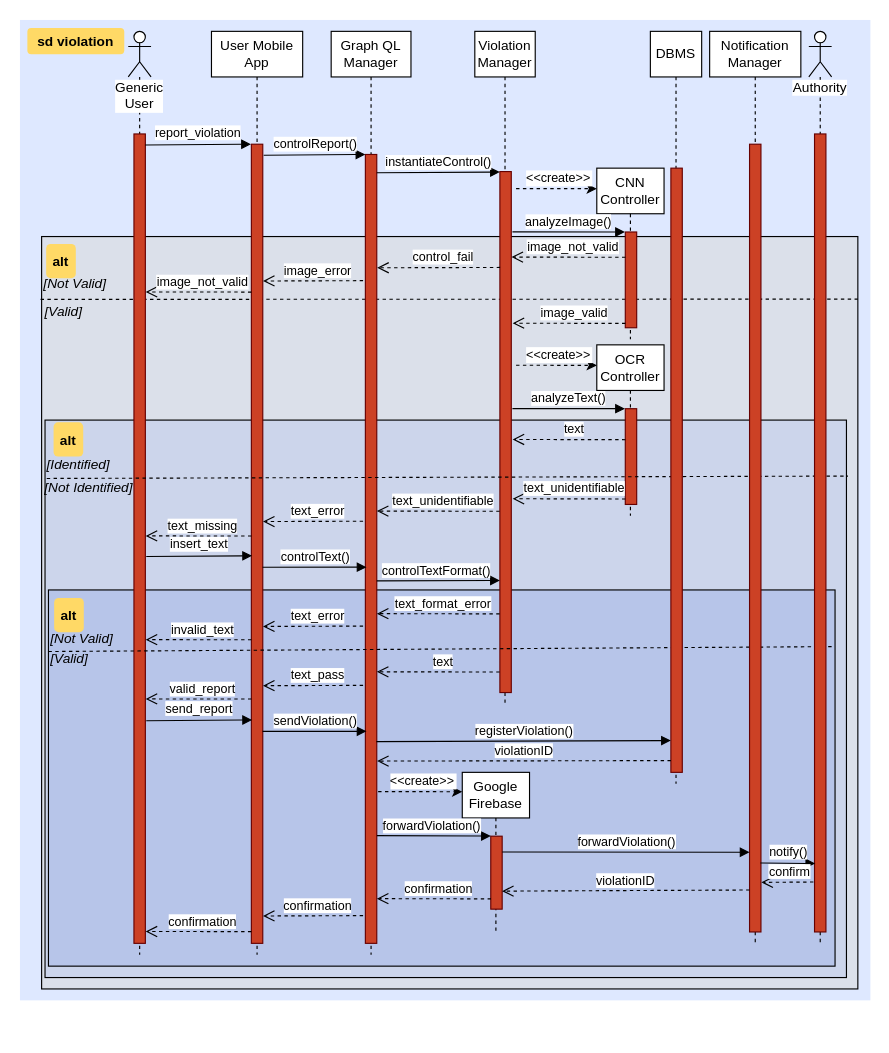
Above: page "Violations" (5 of 7) of DD/sequence diagrams.drawio in comidan/SafeStreets (draw.io), before the change. Source tidied: cells renumbered, new cells numbered last; positions are measured from the earlier drawing's top-left corner, leaving out a move shared by most shapes. Both pictures are drawn from the tidied source at 114%, with x=0, y=0 at pixel (19, 19).
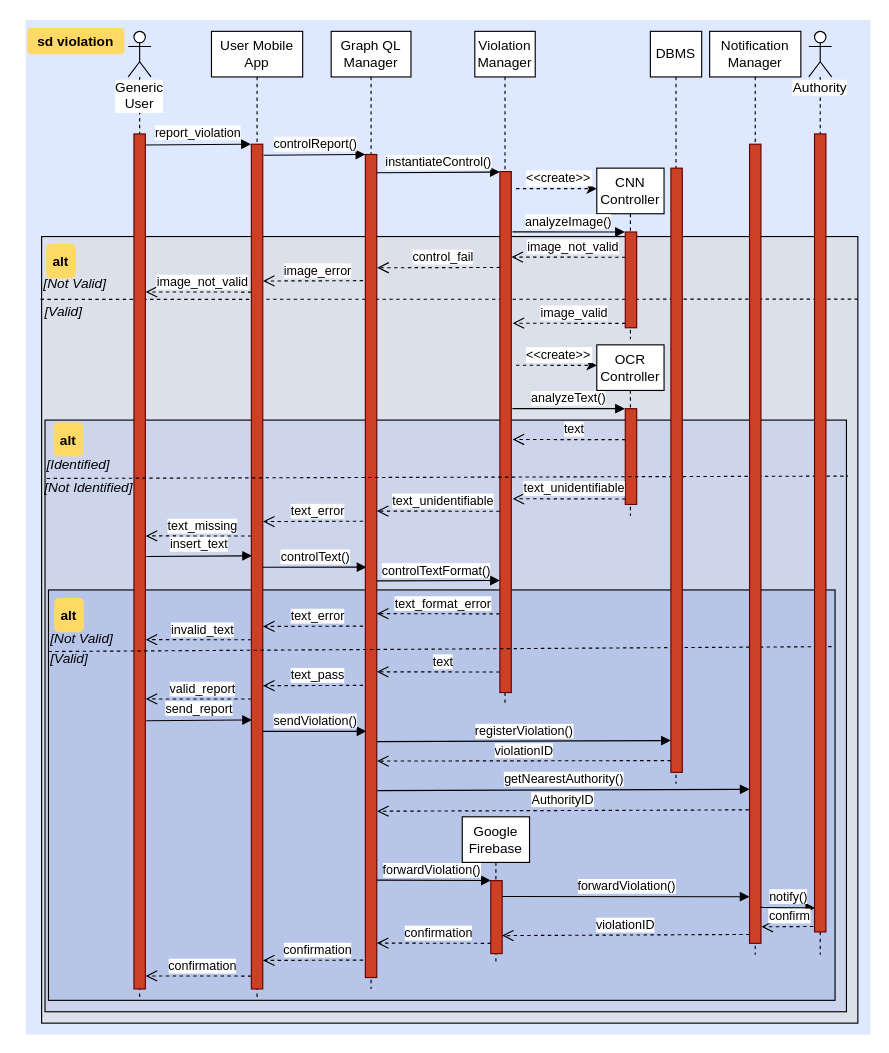
Above is the later version.

Unchanged cells that the change refers to:
```xml
<mxCell id="64" style="fillColor=#CC4125;strokeColor=#660000;" parent="63" vertex="1">
  <mxGeometry x="25" y="56" width="10" height="64" as="geometry" />
</mxCell>
```

Diff of the diagram source:
```diff
@@
     <mxCell id="2" style="fillColor=#DEE8FF;strokeColor=none;" parent="1" vertex="1">
-      <mxGeometry width="746" height="860" as="geometry" />
+      <mxGeometry x="5" width="741" height="890" as="geometry" />
     </mxCell>
@@
     <mxCell id="4" style="fillColor=#DBE0EA;rotation=0;" parent="1" vertex="1">
-      <mxGeometry x="19" y="190" width="716" height="660" as="geometry" />
+      <mxGeometry x="19" y="190" width="716" height="690" as="geometry" />
     </mxCell>
     <mxCell id="5" style="fillColor=#CCD5EB;" parent="1" vertex="1">
-      <mxGeometry x="22" y="351" width="703" height="489" as="geometry" />
+      <mxGeometry x="22" y="351" width="703" height="519" as="geometry" />
     </mxCell>
     <mxCell id="6" style="fillColor=#B7C5E9;" parent="1" vertex="1">
-      <mxGeometry x="25" y="500" width="690" height="330" as="geometry" />
+      <mxGeometry x="25" y="500" width="690" height="360" as="geometry" />
     </mxCell>
@@
     <mxCell id="8" value="Generic User" style="shape=umlLifeline;participant=umlActor;perimeter=lifelinePerimeter;whiteSpace=wrap;html=1;verticalAlign=top;spacingTop=36;labelBackgroundColor=#ffffff;" parent="1" vertex="1">
-      <mxGeometry x="95" y="10" width="20" height="810" as="geometry" />
+      <mxGeometry x="95" y="10" width="20" height="850" as="geometry" />
     </mxCell>
     <mxCell id="9" style="fillColor=#CC4125;strokeColor=#660000;" parent="8" vertex="1">
-      <mxGeometry x="5" y="90" width="10" height="710" as="geometry" />
+      <mxGeometry x="5" y="90" width="10" height="750" as="geometry" />
     </mxCell>
@@
     <mxCell id="11" value="User Mobile App" style="shape=umlLifeline;perimeter=lifelinePerimeter;whiteSpace=wrap;html=1;" parent="1" vertex="1">
-      <mxGeometry x="168" y="10" width="80" height="810" as="geometry" />
+      <mxGeometry x="168" y="10" width="80" height="850" as="geometry" />
     </mxCell>
     <mxCell id="12" style="fillColor=#CC4125;strokeColor=#660000;" parent="11" vertex="1">
-      <mxGeometry x="35" y="99" width="10" height="701" as="geometry" />
+      <mxGeometry x="35" y="99" width="10" height="741" as="geometry" />
     </mxCell>
     <mxCell id="13" value="Graph QL Manager" style="shape=umlLifeline;perimeter=lifelinePerimeter;whiteSpace=wrap;html=1;" parent="1" vertex="1">
-      <mxGeometry x="273" y="10" width="70" height="810" as="geometry" />
+      <mxGeometry x="273" y="10" width="70" height="840" as="geometry" />
     </mxCell>
     <mxCell id="14" style="fillColor=#CC4125;strokeColor=#660000;" parent="13" vertex="1">
-      <mxGeometry x="30" y="108" width="10" height="692" as="geometry" />
+      <mxGeometry x="30" y="108" width="10" height="722" as="geometry" />
     </mxCell>
@@
     <mxCell id="63" value="Google Firebase" style="shape=umlLifeline;perimeter=lifelinePerimeter;whiteSpace=wrap;html=1;" parent="1" vertex="1">
-      <mxGeometry x="388" y="660" width="59" height="140" as="geometry" />
+      <mxGeometry x="388" y="699" width="59" height="130" as="geometry" />
     </mxCell>
@@
-    <mxCell id="65" value="&lt;&lt;create&gt;&gt;" style="edgeStyle=none;verticalLabelPosition=top;verticalAlign=bottom;dashed=1;exitX=1.018;exitY=0.024;exitDx=0;exitDy=0;exitPerimeter=0;" parent="1" edge="1">
-      <mxGeometry x="-234" y="448" as="geometry">
-        <mxPoint x="314.2" y="676.9" as="sourcePoint" />
-        <mxPoint x="388" y="677" as="targetPoint" />
-        <mxPoint x="2" as="offset" />
-      </mxGeometry>
-    </mxCell>
     <mxCell id="66" value="forwardViolation()" style="html=1;verticalAlign=bottom;endArrow=block;entryX=0.01;entryY=-0.001;entryDx=0;entryDy=0;entryPerimeter=0;exitX=1.01;exitY=0.745;exitDx=0;exitDy=0;exitPerimeter=0;" parent="1" edge="1">
       <mxGeometry x="-0.05" relative="1" as="geometry">
-        <mxPoint x="313.1" y="715.5" as="sourcePoint" />
-        <mxPoint x="413.1" y="715.9" as="targetPoint" />
+        <mxPoint x="313.1" y="754.5" as="sourcePoint" />
+        <mxPoint x="413.1" y="754.9" as="targetPoint" />
       </mxGeometry>
     </mxCell>
     <mxCell id="67" value="Authority" style="shape=umlLifeline;participant=umlActor;perimeter=lifelinePerimeter;whiteSpace=wrap;html=1;verticalAlign=top;spacingTop=36;labelBackgroundColor=#ffffff;" parent="1" vertex="1">
-      <mxGeometry x="692" y="10" width="20" height="800" as="geometry" />
+      <mxGeometry x="692" y="10" width="20" height="810" as="geometry" />
     </mxCell>
@@
     <mxCell id="69" value="Notification Manager" style="shape=umlLifeline;perimeter=lifelinePerimeter;whiteSpace=wrap;html=1;" parent="1" vertex="1">
-      <mxGeometry x="605" y="10" width="80" height="800" as="geometry" />
+      <mxGeometry x="605" y="10" width="80" height="810" as="geometry" />
     </mxCell>
     <mxCell id="70" style="fillColor=#CC4125;strokeColor=#660000;" parent="69" vertex="1">
-      <mxGeometry x="35" y="99" width="10" height="691" as="geometry" />
+      <mxGeometry x="35" y="99" width="10" height="701" as="geometry" />
     </mxCell>
     <mxCell id="71" value="forwardViolation()" style="html=1;verticalAlign=bottom;endArrow=block;entryX=-0.005;entryY=0.797;entryDx=0;entryDy=0;entryPerimeter=0;exitX=1;exitY=0.166;exitDx=0;exitDy=0;exitPerimeter=0;" parent="1" edge="1">
       <mxGeometry relative="1" as="geometry">
-        <mxPoint x="423" y="729.9" as="sourcePoint" />
-        <mxPoint x="640" y="730.1" as="targetPoint" />
+        <mxPoint x="423" y="768.9" as="sourcePoint" />
+        <mxPoint x="640" y="769.1" as="targetPoint" />
       </mxGeometry>
     </mxCell>
     <mxCell id="72" value="notify()" style="html=1;verticalAlign=bottom;endArrow=block;entryX=-0.037;entryY=0;entryDx=0;entryDy=0;entryPerimeter=0;exitX=0.949;exitY=0.768;exitDx=0;exitDy=0;exitPerimeter=0;" parent="1" edge="1">
       <mxGeometry y="1" relative="1" as="geometry">
-        <mxPoint x="649.5" y="739.5" as="sourcePoint" />
-        <mxPoint x="697.6" y="740" as="targetPoint" />
+        <mxPoint x="649.5" y="778.5" as="sourcePoint" />
+        <mxPoint x="697.6" y="779" as="targetPoint" />
       </mxGeometry>
     </mxCell>
     <mxCell id="73" value="confirm" style="html=1;verticalAlign=bottom;endArrow=open;dashed=1;endSize=8;entryX=1.037;entryY=0.785;entryDx=0;entryDy=0;entryPerimeter=0;exitX=-0.199;exitY=0.138;exitDx=0;exitDy=0;exitPerimeter=0;" parent="1" edge="1">
       <mxGeometry x="-0.08" relative="1" as="geometry">
-        <mxPoint x="696" y="756.2" as="sourcePoint" />
-        <mxPoint x="650.4" y="756.5" as="targetPoint" />
+        <mxPoint x="696" y="795.2" as="sourcePoint" />
+        <mxPoint x="650.4" y="795.5" as="targetPoint" />
       </mxGeometry>
     </mxCell>
     <mxCell id="74" value="violationID" style="html=1;verticalAlign=bottom;endArrow=open;dashed=1;endSize=8;exitX=0;exitY=0.047;exitDx=0;exitDy=0;exitPerimeter=0;entryX=0.991;entryY=0.985;entryDx=0;entryDy=0;entryPerimeter=0;" parent="1" edge="1">
       <mxGeometry relative="1" as="geometry">
-        <mxPoint x="640" y="763.2" as="sourcePoint" />
-        <mxPoint x="422.9" y="764.2" as="targetPoint" />
+        <mxPoint x="640" y="802.2" as="sourcePoint" />
+        <mxPoint x="422.9" y="803.2" as="targetPoint" />
       </mxGeometry>
     </mxCell>
     <mxCell id="75" value="confirmation" style="html=1;verticalAlign=bottom;endArrow=open;dashed=1;endSize=8;entryX=1.009;entryY=0.39;entryDx=0;entryDy=0;entryPerimeter=0;exitX=0.021;exitY=0.859;exitDx=0;exitDy=0;exitPerimeter=0;" parent="1" edge="1" source="64">
       <mxGeometry x="-0.08" relative="1" as="geometry">
-        <mxPoint x="313.1" y="770.8" as="targetPoint" />
+        <mxPoint x="313.1" y="809.8" as="targetPoint" />
       </mxGeometry>
     </mxCell>
     <mxCell id="76" value="confirmation" style="html=1;verticalAlign=bottom;endArrow=open;dashed=1;endSize=8;entryX=1.016;entryY=0.115;entryDx=0;entryDy=0;entryPerimeter=0;exitX=-0.199;exitY=0.138;exitDx=0;exitDy=0;exitPerimeter=0;" parent="1" edge="1">
       <mxGeometry x="-0.08" relative="1" as="geometry">
-        <mxPoint x="301" y="785.7" as="sourcePoint" />
-        <mxPoint x="213.2" y="786" as="targetPoint" />
+        <mxPoint x="301" y="824.7" as="sourcePoint" />
+        <mxPoint x="213.2" y="825" as="targetPoint" />
       </mxGeometry>
     </mxCell>
     <mxCell id="77" value="confirmation" style="html=1;verticalAlign=bottom;endArrow=open;dashed=1;endSize=8;entryX=1.029;entryY=0.167;entryDx=0;entryDy=0;entryPerimeter=0;exitX=-0.199;exitY=0.138;exitDx=0;exitDy=0;exitPerimeter=0;" parent="1" edge="1">
       <mxGeometry x="-0.08" relative="1" as="geometry">
-        <mxPoint x="203" y="799.7" as="sourcePoint" />
-        <mxPoint x="110.3" y="799.6" as="targetPoint" />
+        <mxPoint x="203" y="838.7" as="sourcePoint" />
+        <mxPoint x="110.3" y="838.6" as="targetPoint" />
       </mxGeometry>
     </mxCell>
+    <mxCell id="78" value="getNearestAuthority()" style="html=1;verticalAlign=bottom;endArrow=block;exitX=0.972;exitY=0.028;exitDx=0;exitDy=0;exitPerimeter=0;entryX=0.014;entryY=0.819;entryDx=0;entryDy=0;entryPerimeter=0;" parent="1" edge="1">
+      <mxGeometry relative="1" as="geometry">
+        <mxPoint x="313.7" y="676" as="sourcePoint" />
+        <mxPoint x="640.1" y="674.9" as="targetPoint" />
+      </mxGeometry>
+    </mxCell>
+    <mxCell id="79" value="AuthorityID" style="html=1;verticalAlign=bottom;endArrow=open;dashed=1;endSize=8;exitX=-0.06;exitY=0.845;exitDx=0;exitDy=0;exitPerimeter=0;entryX=1.026;entryY=0.666;entryDx=0;entryDy=0;entryPerimeter=0;" parent="1" edge="1">
+      <mxGeometry relative="1" as="geometry">
+        <mxPoint x="639.4" y="692.9" as="sourcePoint" />
+        <mxPoint x="313.3" y="694.1" as="targetPoint" />
+      </mxGeometry>
+    </mxCell>
```
